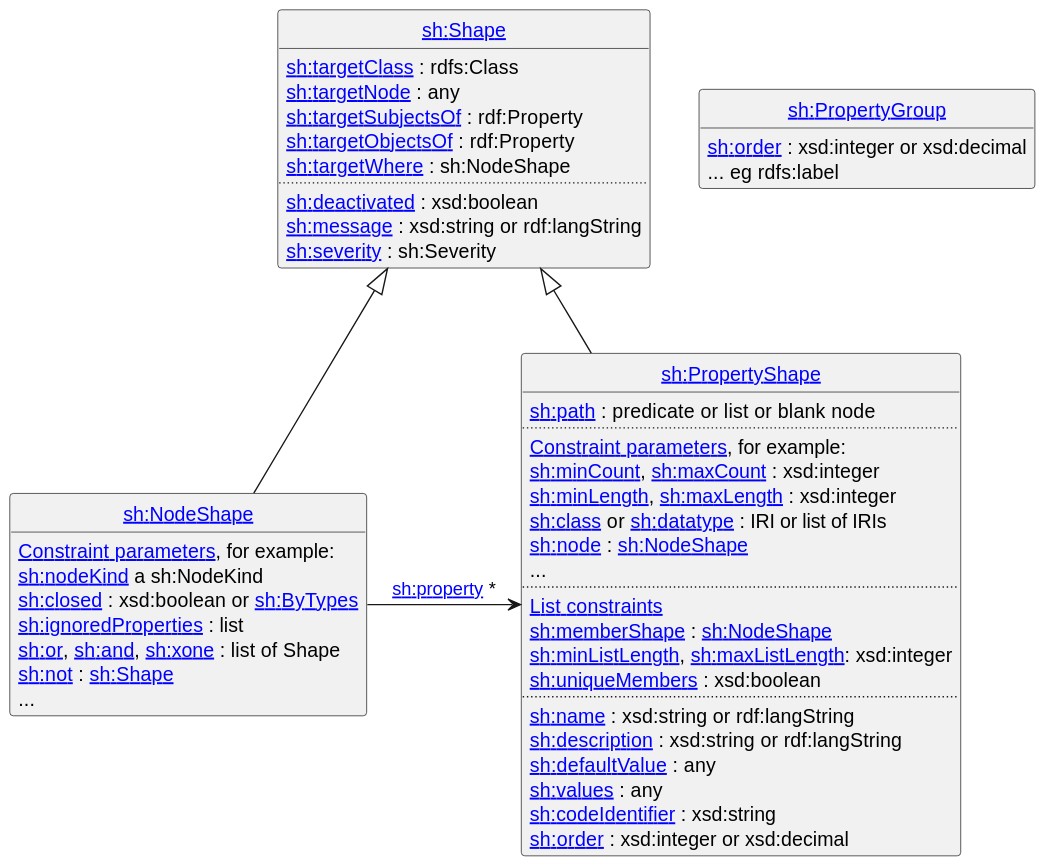
This is shacl12-core/images/SHACL-UML.svg from w3c/data-shapes, a PlantUML export, as it was before one commit.
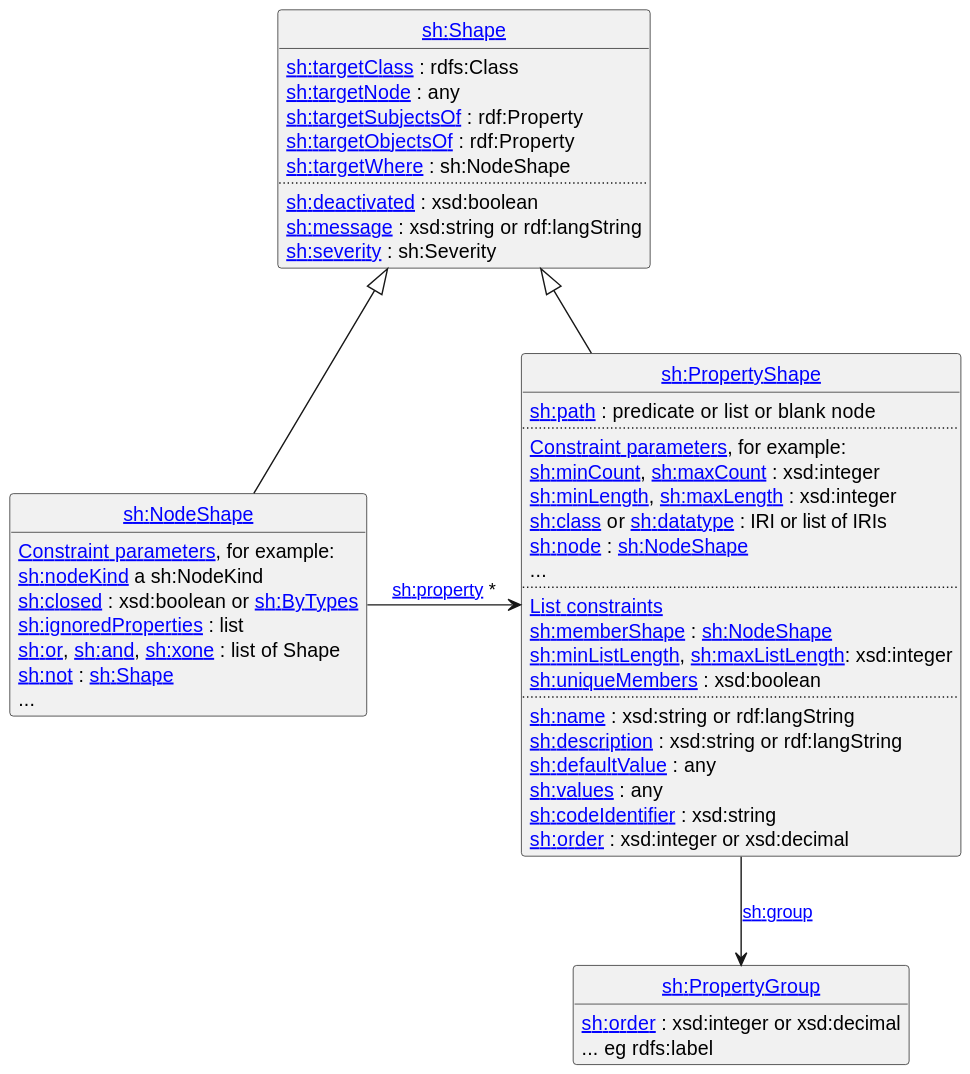
Above is the later version.

Commit message:
restore link to PropertyGroup

What changed in the source:
```diff
@@ -56,5 +56,6 @@
 Shape <|-- NodeShape
 Shape <|-- PropertyShape
 NodeShape -> PropertyShape : [[#property-shapes sh:property]] *
+PropertyShape --> PropertyGroup : [[#group sh:group]]
 
 @enduml
```
